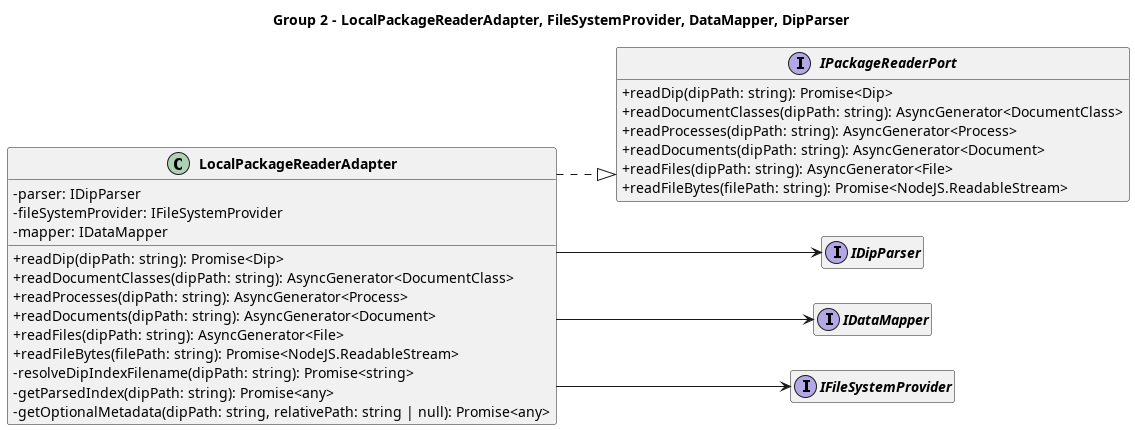
This is out/3_PB/DocumentiEsterni/DiagrammiSpecificaTecnica/C4/C4_Main_Indexing_PackageReader/Class Diagram - Main Indexing Flow - Group 2.png from 7-ZPUs/Docs, a PlantUML export, as it was before one commit.
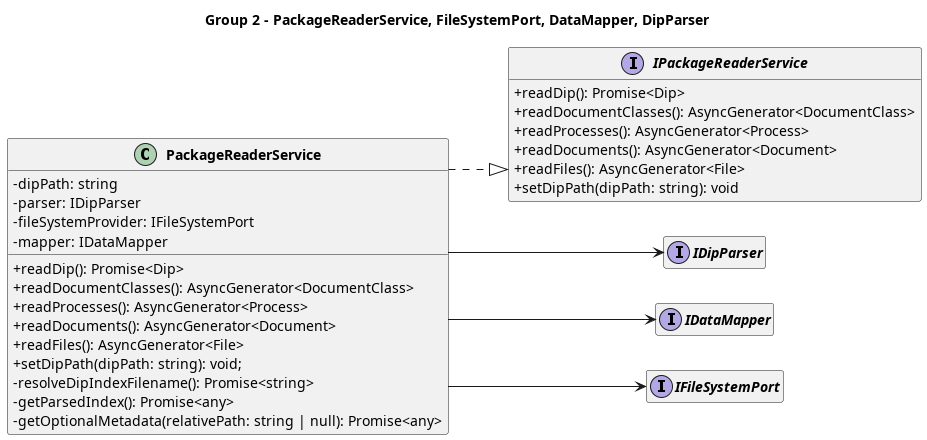
After the change.

The edit, as a diff of the source:
```diff
@@ -7,30 +7,31 @@
 skinparam linetype ortho
 hide empty members
 
-title Group 2 - LocalPackageReaderAdapter, FileSystemProvider, DataMapper, DipParser
+title Group 2 - PackageReaderService, FileSystemPort, DataMapper, DipParser
 
-  interface IPackageReaderPort {
-    + readDip(dipPath: string): Promise<Dip>
-    + readDocumentClasses(dipPath: string): AsyncGenerator<DocumentClass>
-    + readProcesses(dipPath: string): AsyncGenerator<Process>
-    + readDocuments(dipPath: string): AsyncGenerator<Document>
-    + readFiles(dipPath: string): AsyncGenerator<File>
-    + readFileBytes(filePath: string): Promise<NodeJS.ReadableStream>
+  interface IPackageReaderService {
+    + readDip(): Promise<Dip>
+    + readDocumentClasses(): AsyncGenerator<DocumentClass>
+    + readProcesses(): AsyncGenerator<Process>
+    + readDocuments(): AsyncGenerator<Document>
+    + readFiles(): AsyncGenerator<File>
+    + setDipPath(dipPath: string): void
   }
 
-  class LocalPackageReaderAdapter {
+  class PackageReaderService {
+    - dipPath: string
     - parser: IDipParser
-    - fileSystemProvider: IFileSystemProvider
+    - fileSystemProvider: IFileSystemPort
     - mapper: IDataMapper
-    + readDip(dipPath: string): Promise<Dip>
-    + readDocumentClasses(dipPath: string): AsyncGenerator<DocumentClass>
-    + readProcesses(dipPath: string): AsyncGenerator<Process>
-    + readDocuments(dipPath: string): AsyncGenerator<Document>
-    + readFiles(dipPath: string): AsyncGenerator<File>
-    + readFileBytes(filePath: string): Promise<NodeJS.ReadableStream>
-    - resolveDipIndexFilename(dipPath: string): Promise<string>
-    - getParsedIndex(dipPath: string): Promise<any>
-    - getOptionalMetadata(dipPath: string, relativePath: string | null): Promise<any>
+    + readDip(): Promise<Dip>
+    + readDocumentClasses(): AsyncGenerator<DocumentClass>
+    + readProcesses(): AsyncGenerator<Process>
+    + readDocuments(): AsyncGenerator<Document>
+    + readFiles(): AsyncGenerator<File>
+    + setDipPath(dipPath: string): void;
+    - resolveDipIndexFilename(): Promise<string>
+    - getParsedIndex(): Promise<any>
+    - getOptionalMetadata(relativePath: string | null): Promise<any>
   }
 
   interface IDipParser {
@@ -39,12 +40,12 @@
   interface IDataMapper {
   }
 
-  interface IFileSystemProvider {
+  interface IFileSystemPort {
   }
 
-LocalPackageReaderAdapter ..|> IPackageReaderPort
-LocalPackageReaderAdapter --> IDipParser
-LocalPackageReaderAdapter --> IDataMapper
-LocalPackageReaderAdapter --> IFileSystemProvider
+PackageReaderService ..|> IPackageReaderService
+PackageReaderService --> IDipParser
+PackageReaderService --> IDataMapper
+PackageReaderService --> IFileSystemPort
 
 @enduml
```
